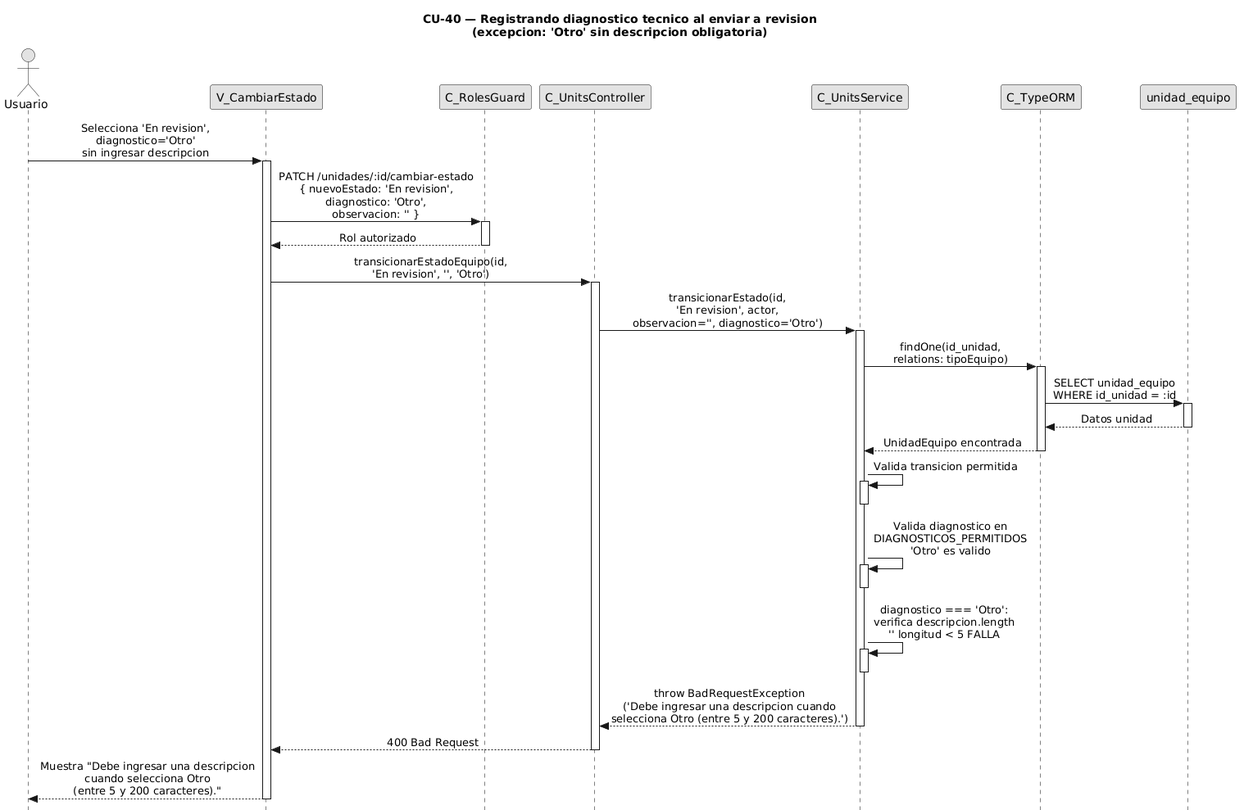
FSM-Finet-y-Cable-Magico/Team_1-Inventario-y-Bodega keeps this PlantUML diagram as diagramas-secuencia/CU40/CU40-exc-diagnostico-sin-descripcion.png. Above is the earlier version.
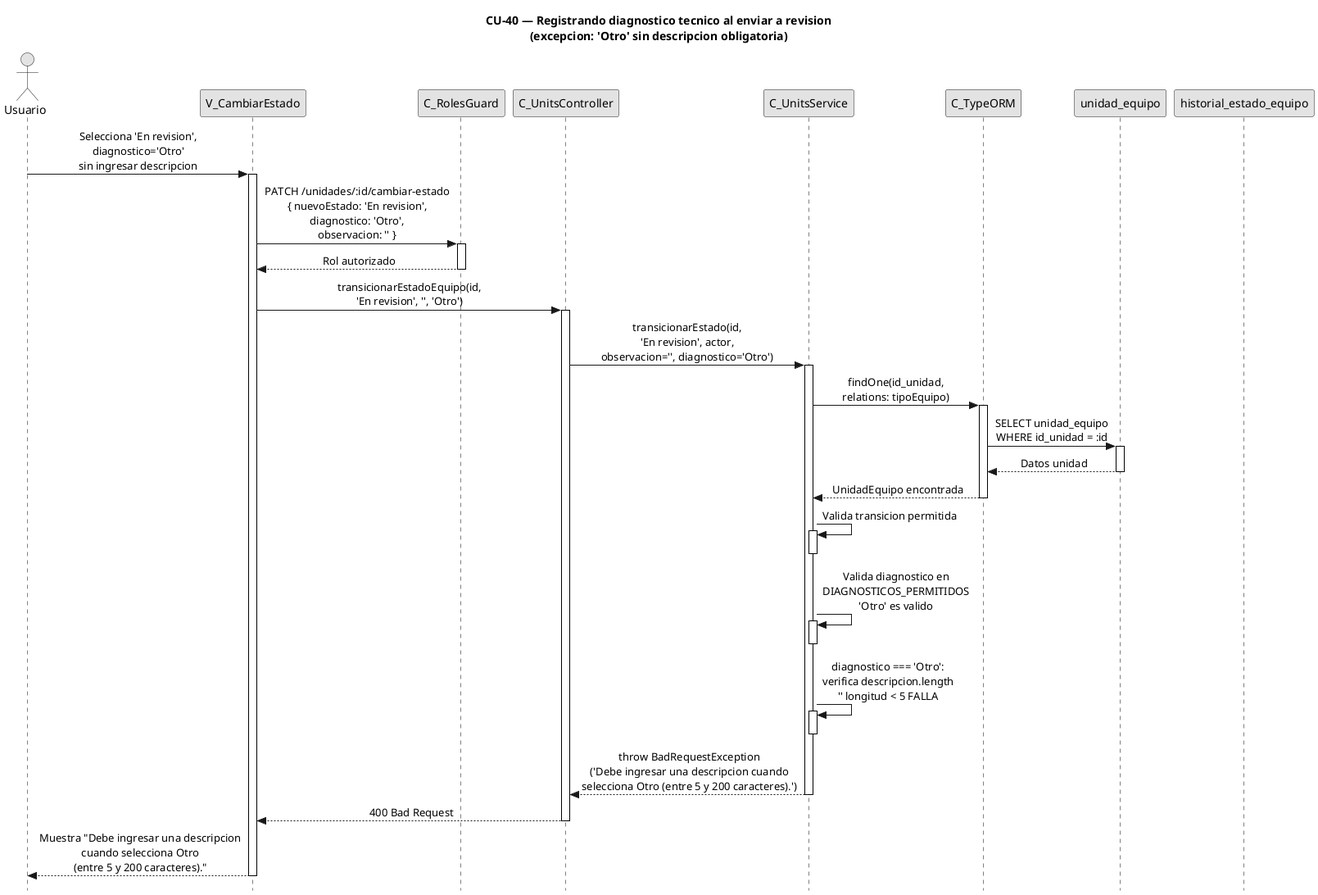
The same diagram one commit later.

Diff of the diagram source:
```diff
@@ -1,4 +1,4 @@
-@startuml
+@startuml CU40-exc-diagnostico-sin-descripcion
 title CU-40 — Registrando diagnostico tecnico al enviar a revision\n(excepcion: 'Otro' sin descripcion obligatoria)
 
 skinparam style strictuml
@@ -18,6 +18,7 @@
 participant "C_UnitsService" as svc
 participant "C_TypeORM" as orm
 participant "unidad_equipo" as uent
+participant "historial_estado_equipo" as hent
 
 user -> view : Selecciona 'En revision',\ndiagnostico='Otro'\nsin ingresar descripcion
 activate view
@@ -65,4 +66,5 @@
 
 view --> user : Muestra "Debe ingresar una descripcion\ncuando selecciona Otro\n(entre 5 y 200 caracteres)."
 deactivate view
+
 @enduml
```
